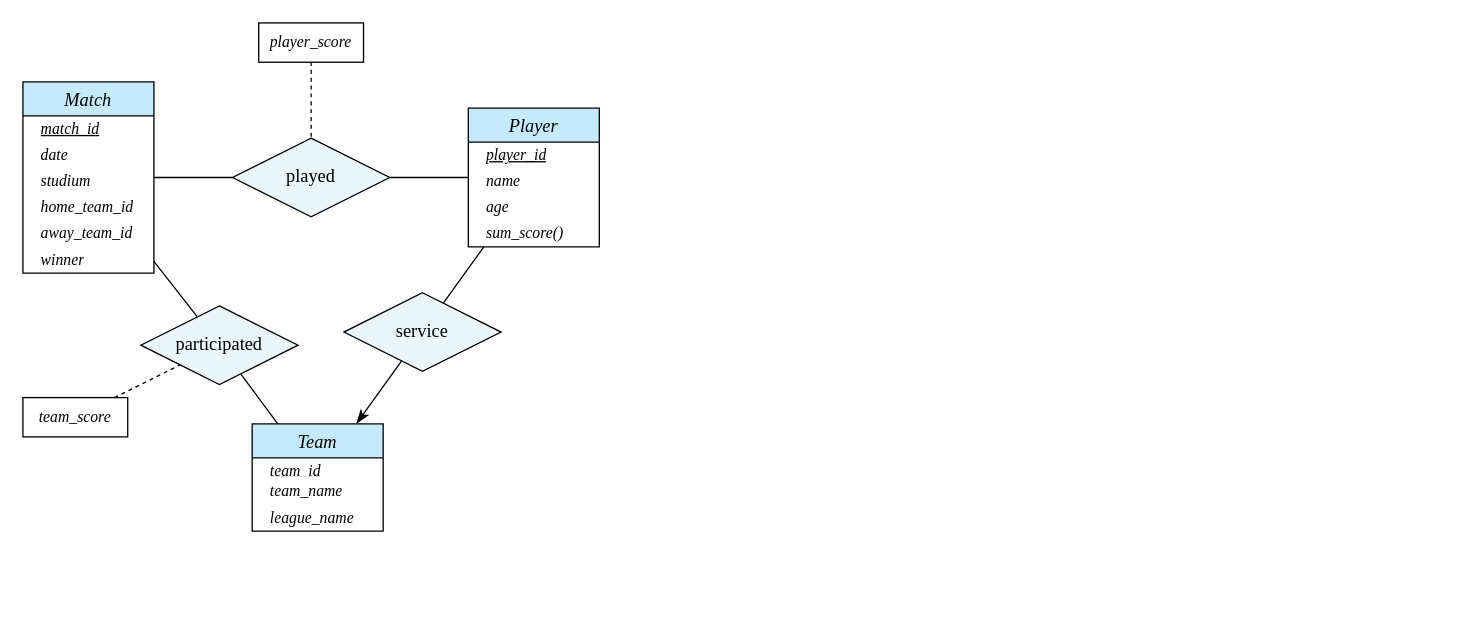
Above: 作業05.drawio in sarahokra/mydrive (draw.io), before the change. Source tidied: cells renumbered, new cells numbered last; positions are measured from the earlier drawing's top-left corner, leaving out a move shared by most shapes. Both pictures are drawn from the tidied source at 131%, with x=0, y=0 at pixel (22, 22).
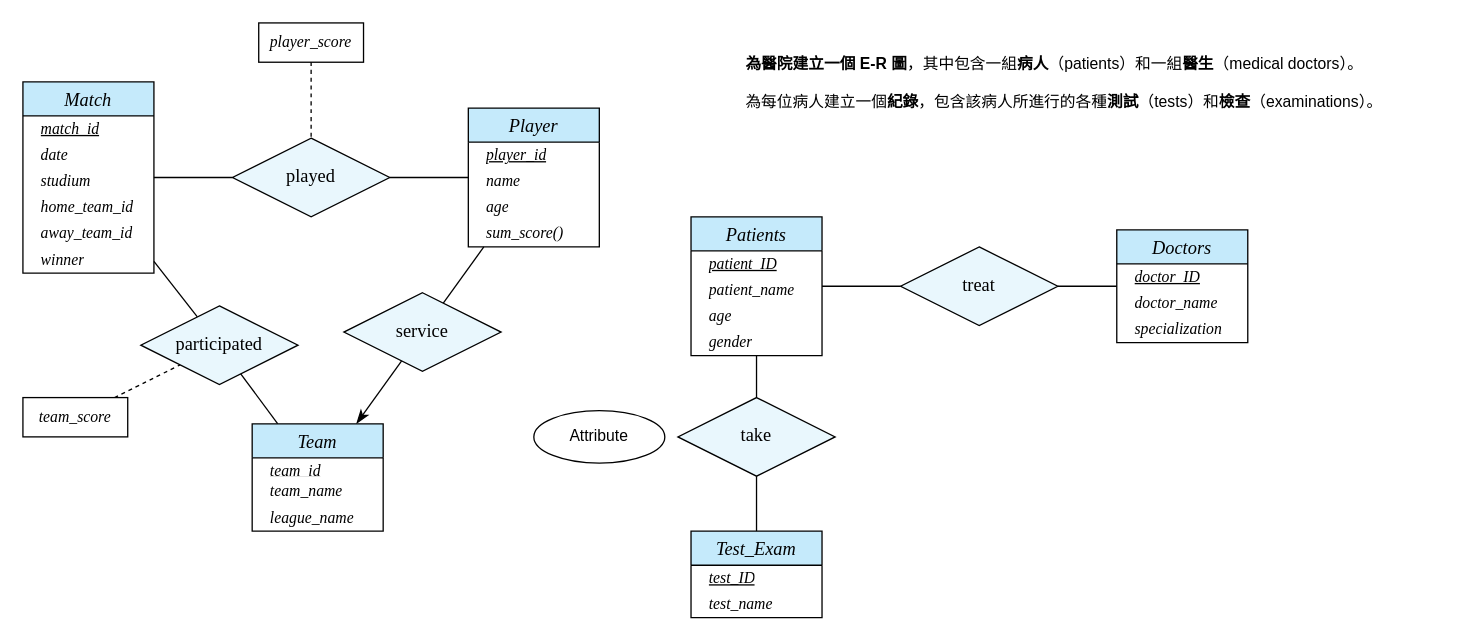
After the change.

The edit, as a diff of the source:
```diff
@@
+    <mxCell id="32" value="&lt;strong&gt;為醫院建立一個 E-R 圖&lt;/strong&gt;，其中包含一組&lt;strong&gt;病人&lt;/strong&gt;（patients）和一組&lt;strong&gt;醫生&lt;/strong&gt;（medical doctors）。&lt;br&gt;&#10;為每位病人建立一個&lt;strong&gt;紀錄&lt;/strong&gt;，包含該病人所進行的各種&lt;strong&gt;測試&lt;/strong&gt;（tests）和&lt;strong&gt;檢查&lt;/strong&gt;（examinations）。" style="text;whiteSpace=wrap;html=1;" parent="1" vertex="1">
+      <mxGeometry x="550" y="18" width="530" height="70" as="geometry" />
+    </mxCell>
+    <mxCell id="33" value="&lt;span style=&quot;font-size: 14px;&quot;&gt;take&lt;/span&gt;" style="shape=rhombus;perimeter=rhombusPerimeter;whiteSpace=wrap;html=1;align=center;fillColor=light-dark(#e9f7fd, #ededed);fontFamily=Times New Roman;" parent="1" vertex="1">
+      <mxGeometry x="500" y="286" width="120" height="60" as="geometry" />
+    </mxCell>
+    <mxCell id="34" style="edgeStyle=none;curved=1;rounded=0;jettySize=auto;html=1;fontSize=12;startSize=8;endSize=8;endArrow=none;startFill=0;startArrow=none;" parent="1" edge="1" source="38" target="33">
+      <mxGeometry relative="1" as="geometry" />
+    </mxCell>
+    <mxCell id="35" style="edgeStyle=none;curved=1;rounded=0;jettySize=auto;html=1;fontSize=12;startSize=8;endSize=8;endArrow=none;startFill=0;startArrow=none;" parent="1" edge="1" source="47" target="33">
+      <mxGeometry relative="1" as="geometry" />
+    </mxCell>
+    <mxCell id="36" style="edgeStyle=none;curved=1;rounded=0;jettySize=auto;html=1;fontSize=12;startSize=8;endSize=8;endArrow=none;startFill=0;startArrow=none;" parent="1" edge="1" source="37" target="43">
+      <mxGeometry relative="1" as="geometry" />
+    </mxCell>
+    <mxCell id="37" value="&lt;font style=&quot;font-size: 14px;&quot;&gt;treat&lt;/font&gt;" style="shape=rhombus;perimeter=rhombusPerimeter;whiteSpace=wrap;html=1;align=center;fillColor=light-dark(#e9f7fd, #ededed);fontFamily=Times New Roman;" parent="1" vertex="1">
+      <mxGeometry x="670" y="171" width="120" height="60" as="geometry" />
+    </mxCell>
+    <mxCell id="38" value="Patients" style="swimlane;fontStyle=2;horizontal=1;startSize=26;align=center;fontSize=14;fontFamily=Times New Roman;labelBackgroundColor=none;fillColor=light-dark(#c5eafb, #ededed);" parent="1" vertex="1">
+      <mxGeometry x="510" y="148" width="100" height="106" as="geometry" />
+    </mxCell>
+    <mxCell id="39" value="&lt;i&gt;&lt;u&gt;patient_ID&lt;/u&gt;&lt;/i&gt;" style="text;strokeColor=none;fillColor=none;spacingLeft=12;spacingRight=4;overflow=hidden;fontSize=12;whiteSpace=wrap;html=1;fontFamily=Times New Roman;verticalAlign=middle;" parent="38" vertex="1">
+      <mxGeometry y="26" width="100" height="20" as="geometry" />
+    </mxCell>
+    <mxCell id="40" value="&lt;i&gt;patient_name&lt;/i&gt;" style="text;strokeColor=none;fillColor=none;spacingLeft=12;spacingRight=4;overflow=hidden;fontSize=12;whiteSpace=wrap;html=1;fontFamily=Times New Roman;verticalAlign=middle;" parent="38" vertex="1">
+      <mxGeometry y="46" width="100" height="20" as="geometry" />
+    </mxCell>
+    <mxCell id="41" value="&lt;i&gt;age&lt;/i&gt;" style="text;strokeColor=none;fillColor=none;spacingLeft=12;spacingRight=4;overflow=hidden;fontSize=12;whiteSpace=wrap;html=1;fontFamily=Times New Roman;verticalAlign=middle;" parent="38" vertex="1">
+      <mxGeometry y="66" width="100" height="20" as="geometry" />
+    </mxCell>
+    <mxCell id="42" value="gender" style="text;strokeColor=none;fillColor=none;spacingLeft=12;spacingRight=4;overflow=hidden;fontSize=12;whiteSpace=wrap;html=1;fontFamily=Times New Roman;verticalAlign=middle;fontStyle=2;" parent="38" vertex="1">
+      <mxGeometry y="86" width="100" height="20" as="geometry" />
+    </mxCell>
+    <mxCell id="43" value="Doctors" style="swimlane;fontStyle=2;horizontal=1;startSize=26;align=center;fontSize=14;fontFamily=Times New Roman;labelBackgroundColor=none;fillColor=light-dark(#c5eafb, #ededed);" parent="1" vertex="1">
+      <mxGeometry x="835" y="158" width="100" height="86" as="geometry" />
+    </mxCell>
+    <mxCell id="44" value="&lt;i&gt;&lt;u&gt;doctor_ID&lt;/u&gt;&lt;/i&gt;" style="text;strokeColor=none;fillColor=none;spacingLeft=12;spacingRight=4;overflow=hidden;fontSize=12;whiteSpace=wrap;html=1;fontFamily=Times New Roman;verticalAlign=middle;" parent="43" vertex="1">
+      <mxGeometry y="26" width="100" height="20" as="geometry" />
+    </mxCell>
+    <mxCell id="45" value="&lt;i&gt;doctor_name&lt;/i&gt;" style="text;strokeColor=none;fillColor=none;spacingLeft=12;spacingRight=4;overflow=hidden;fontSize=12;whiteSpace=wrap;html=1;fontFamily=Times New Roman;verticalAlign=middle;" parent="43" vertex="1">
+      <mxGeometry y="46" width="100" height="20" as="geometry" />
+    </mxCell>
+    <mxCell id="46" value="specialization" style="text;strokeColor=none;fillColor=none;spacingLeft=12;spacingRight=4;overflow=hidden;fontSize=12;whiteSpace=wrap;html=1;fontFamily=Times New Roman;verticalAlign=middle;fontStyle=2;" parent="43" vertex="1">
+      <mxGeometry y="66" width="100" height="20" as="geometry" />
+    </mxCell>
+    <mxCell id="47" value="Test_Exam" style="swimlane;fontStyle=2;horizontal=1;startSize=26;align=center;fontSize=14;fontFamily=Times New Roman;labelBackgroundColor=none;fillColor=light-dark(#c5eafb, #ededed);" parent="1" vertex="1">
+      <mxGeometry x="510" y="388" width="100" height="66" as="geometry" />
+    </mxCell>
+    <mxCell id="48" value="&lt;i&gt;&lt;u&gt;test_ID&lt;/u&gt;&lt;/i&gt;" style="text;strokeColor=none;fillColor=none;spacingLeft=12;spacingRight=4;overflow=hidden;fontSize=12;whiteSpace=wrap;html=1;fontFamily=Times New Roman;verticalAlign=middle;" parent="47" vertex="1">
+      <mxGeometry y="26" width="100" height="20" as="geometry" />
+    </mxCell>
+    <mxCell id="49" value="&lt;i&gt;test_name&lt;/i&gt;" style="text;strokeColor=none;fillColor=none;spacingLeft=12;spacingRight=4;overflow=hidden;fontSize=12;whiteSpace=wrap;html=1;fontFamily=Times New Roman;verticalAlign=middle;" parent="47" vertex="1">
+      <mxGeometry y="46" width="100" height="20" as="geometry" />
+    </mxCell>
+    <mxCell id="50" style="edgeStyle=none;curved=1;rounded=0;jettySize=auto;html=1;fontSize=12;startSize=8;endSize=8;endArrow=none;startFill=0;startArrow=none;" parent="1" edge="1" source="38" target="37">
+      <mxGeometry relative="1" as="geometry" />
+    </mxCell>
+    <mxCell id="51" value="Attribute" style="ellipse;whiteSpace=wrap;html=1;align=center;" parent="1" vertex="1">
+      <mxGeometry x="390" y="296" width="100" height="40" as="geometry" />
+    </mxCell>
```
